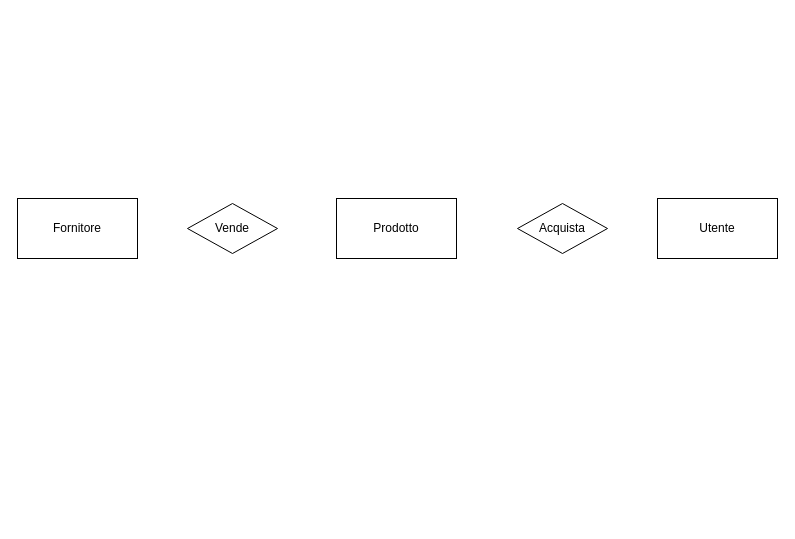
This is direttive/DiagrammaER.drawio from LucaAnto01/AP_WebShop, a draw.io file, before an edit. Source tidied: cells renumbered, new cells numbered last; positions are measured from the earlier drawing's top-left corner, leaving out a move shared by most shapes. Both pictures are drawn from the tidied source at 100%, with x=0, y=0 at pixel (17, 198).
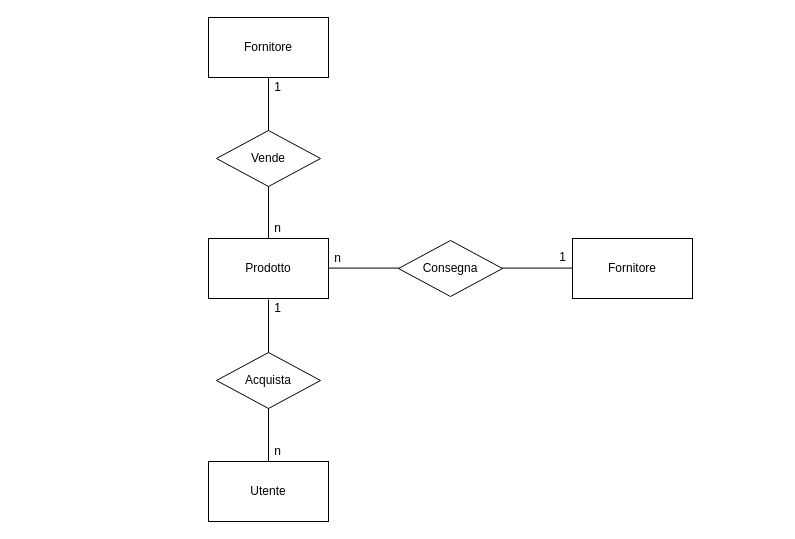
The same page after the edit.

Commit message:
Aggiornamento diagramma ER

Diff of the diagram source:
```diff
@@
     <mxCell id="2" value="Prodotto" style="rounded=0;whiteSpace=wrap;html=1;" parent="1" vertex="1">
-      <mxGeometry x="319" width="120" height="60" as="geometry" />
+      <mxGeometry x="191" y="40" width="120" height="60" as="geometry" />
     </mxCell>
     <mxCell id="3" value="Fornitore" style="rounded=0;whiteSpace=wrap;html=1;" parent="1" vertex="1">
-      <mxGeometry width="120" height="60" as="geometry" />
+      <mxGeometry x="191" y="-181" width="120" height="60" as="geometry" />
     </mxCell>
     <mxCell id="4" value="Utente" style="rounded=0;whiteSpace=wrap;html=1;" parent="1" vertex="1">
-      <mxGeometry x="640" width="120" height="60" as="geometry" />
+      <mxGeometry x="191" y="263" width="120" height="60" as="geometry" />
     </mxCell>
+    <mxCell id="6" value="Acquista" style="rhombus;whiteSpace=wrap;html=1;" parent="1" vertex="1">
+      <mxGeometry x="199" y="154" width="104" height="56" as="geometry" />
+    </mxCell>
+    <mxCell id="7" style="endArrow=none;html=1;rounded=0;" parent="1" edge="1" target="3">
+      <mxGeometry relative="1" as="geometry">
+        <mxPoint x="251" y="-68" as="sourcePoint" />
+      </mxGeometry>
+    </mxCell>
+    <mxCell id="8" style="endArrow=none;html=1;rounded=0;exitX=0.5;exitY=0;exitDx=0;exitDy=0;" parent="1" edge="1">
+      <mxGeometry relative="1" as="geometry">
+        <mxPoint x="251" y="40" as="sourcePoint" />
+        <mxPoint x="251" y="-13" as="targetPoint" />
+      </mxGeometry>
+    </mxCell>
+    <mxCell id="9" style="endArrow=none;html=1;rounded=0;exitX=0.5;exitY=0;exitDx=0;exitDy=0;" parent="1" edge="1">
+      <mxGeometry relative="1" as="geometry">
+        <mxPoint x="251" y="154" as="sourcePoint" />
+        <mxPoint x="251" y="101" as="targetPoint" />
+      </mxGeometry>
+    </mxCell>
+    <mxCell id="10" value="1" style="text;html=1;align=center;verticalAlign=middle;strokeColor=none;fillColor=none;" parent="1" vertex="1">
+      <mxGeometry x="250" y="-121" width="20" height="20" as="geometry" />
+    </mxCell>
+    <mxCell id="11" value="n" style="text;html=1;align=center;verticalAlign=middle;strokeColor=none;fillColor=none;" parent="1" vertex="1">
+      <mxGeometry x="250" y="20" width="20" height="20" as="geometry" />
+    </mxCell>
+    <mxCell id="12" style="endArrow=none;html=1;rounded=0;exitX=0.5;exitY=0;exitDx=0;exitDy=0;" parent="1" edge="1">
+      <mxGeometry relative="1" as="geometry">
+        <mxPoint x="251" y="263" as="sourcePoint" />
+        <mxPoint x="251" y="210" as="targetPoint" />
+      </mxGeometry>
+    </mxCell>
+    <mxCell id="13" value="1" style="text;html=1;align=center;verticalAlign=middle;strokeColor=none;fillColor=none;" parent="1" vertex="1">
+      <mxGeometry x="250" y="100" width="20" height="20" as="geometry" />
+    </mxCell>
+    <mxCell id="14" value="n" style="text;html=1;align=center;verticalAlign=middle;strokeColor=none;fillColor=none;" parent="1" vertex="1">
+      <mxGeometry x="250" y="243" width="20" height="20" as="geometry" />
+    </mxCell>
     <mxCell id="5" value="Vende" style="rhombus;whiteSpace=wrap;html=1;" parent="1" vertex="1">
-      <mxGeometry x="170" y="5" width="90" height="50" as="geometry" />
+      <mxGeometry x="199" y="-68" width="104" height="56" as="geometry" />
     </mxCell>
-    <mxCell id="6" value="Acquista" style="rhombus;whiteSpace=wrap;html=1;" parent="1" vertex="1">
-      <mxGeometry x="500" y="5" width="90" height="50" as="geometry" />
-    </mxCell>
+    <mxCell id="15" style="endArrow=none;html=1;rounded=0;" parent="1" edge="1">
+      <mxGeometry relative="1" as="geometry">
+        <mxPoint x="382" y="69.6" as="sourcePoint" />
+        <mxPoint x="311" y="69.6" as="targetPoint" />
+      </mxGeometry>
+    </mxCell>
+    <mxCell id="16" value="Consegna" style="rhombus;whiteSpace=wrap;html=1;" parent="1" vertex="1">
+      <mxGeometry x="381" y="42" width="104" height="56" as="geometry" />
+    </mxCell>
+    <mxCell id="17" value="Fornitore" style="rounded=0;whiteSpace=wrap;html=1;" parent="1" vertex="1">
+      <mxGeometry x="555" y="40" width="120" height="60" as="geometry" />
+    </mxCell>
+    <mxCell id="18" style="endArrow=none;html=1;rounded=0;" parent="1" edge="1">
+      <mxGeometry relative="1" as="geometry">
+        <mxPoint x="555" y="69.6" as="sourcePoint" />
+        <mxPoint x="484" y="69.6" as="targetPoint" />
+      </mxGeometry>
+    </mxCell>
+    <mxCell id="19" value="1" style="text;html=1;align=center;verticalAlign=middle;strokeColor=none;fillColor=none;" parent="1" vertex="1">
+      <mxGeometry x="535" y="49" width="20" height="20" as="geometry" />
+    </mxCell>
+    <mxCell id="20" value="n" style="text;html=1;align=center;verticalAlign=middle;strokeColor=none;fillColor=none;" parent="1" vertex="1">
+      <mxGeometry x="310" y="50" width="20" height="20" as="geometry" />
+    </mxCell>
```
